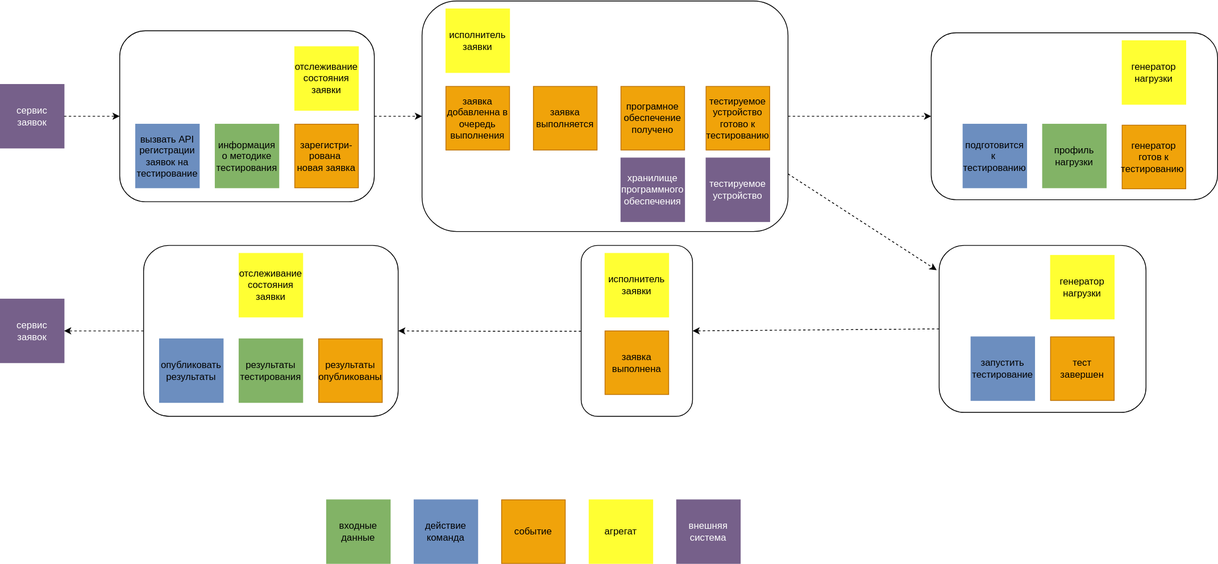
Before: graduate_project/diagrams/uc003_event_storm.svg, a diagram exported from draw.io (ralex29/otus_software_architect_2022_09). Source tidied: cells renumbered, new cells last; positions are measured from the earlier drawing's top-left corner, leaving out a move shared by most shapes.
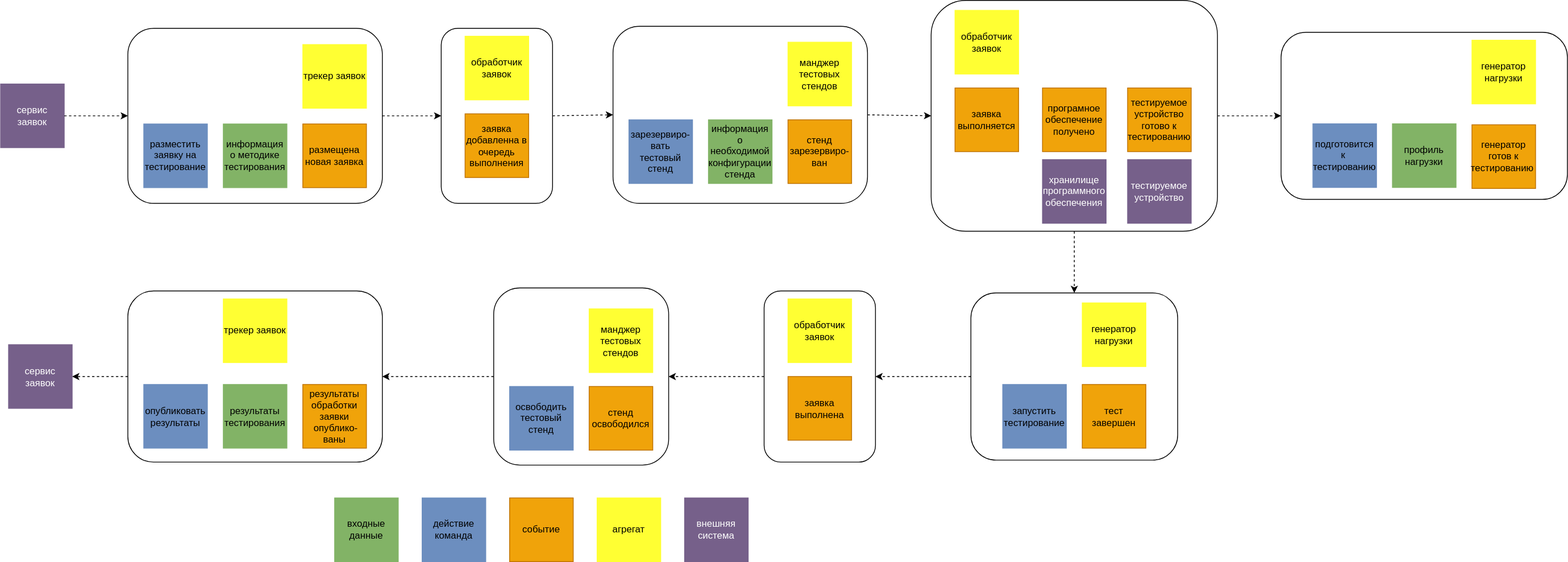
After the change.

Commit message:
finished event storm, added context integration

Diff of the diagram source:
```diff
@@ -18,109 +18,58 @@
       <mxGeometry x="850" y="628" width="80" height="80" as="geometry" />
     </mxCell>
     <mxCell id="7" value="сервис заявок" style="whiteSpace=wrap;html=1;fillColor=#76608a;strokeColor=#76608A;fontColor=#ffffff;" parent="1" vertex="1">
-      <mxGeometry y="105.5" width="80" height="80" as="geometry" />
+      <mxGeometry x="-10" y="108" width="80" height="80" as="geometry" />
     </mxCell>
-    <mxCell id="8" style="group;" parent="1" vertex="1">
-      <mxGeometry x="730" y="308" width="140" height="215" as="geometry" />
-    </mxCell>
-    <mxCell id="9" style="rounded=1;whiteSpace=wrap;html=1;" parent="8" vertex="1">
-      <mxGeometry width="140" height="215" as="geometry" />
-    </mxCell>
-    <mxCell id="10" value="исполнитель заявки" style="whiteSpace=wrap;html=1;fillColor=#FFFF33;strokeColor=#FFFF33;fontColor=#000000;" parent="8" vertex="1">
-      <mxGeometry x="30" y="10" width="80" height="80" as="geometry" />
-    </mxCell>
-    <mxCell id="11" value="заявка выполнена" style="whiteSpace=wrap;html=1;fillColor=#f0a30a;strokeColor=#BD7000;fontColor=#000000;" parent="8" vertex="1">
-      <mxGeometry x="30" y="107.5" width="80" height="80" as="geometry" />
-    </mxCell>
     <mxCell id="12" style="group;" parent="1" vertex="1">
-      <mxGeometry x="150" y="38" width="320" height="215" as="geometry" />
+      <mxGeometry x="150" y="38" width="320" height="220" as="geometry" />
     </mxCell>
     <mxCell id="13" style="rounded=1;whiteSpace=wrap;html=1;" parent="12" vertex="1">
-      <mxGeometry width="320" height="215" as="geometry" />
+      <mxGeometry width="320" height="220" as="geometry" />
     </mxCell>
-    <mxCell id="14" value="вызвать API регистрации заявок на тестирование" style="whiteSpace=wrap;html=1;fillColor=#6C8EBF;strokeColor=#6c8ebf;" parent="12" vertex="1">
-      <mxGeometry x="20" y="117.5" width="80" height="80" as="geometry" />
+    <mxCell id="14" value="разместить заявку на тестирование" style="whiteSpace=wrap;html=1;fillColor=#6C8EBF;strokeColor=#6c8ebf;" parent="12" vertex="1">
+      <mxGeometry x="20" y="120.2" width="80" height="80" as="geometry" />
     </mxCell>
     <mxCell id="15" value="информация&lt;br&gt;о методике тестирования" style="whiteSpace=wrap;html=1;fillColor=#82B366;strokeColor=#82b366;" parent="12" vertex="1">
-      <mxGeometry x="120" y="117.5" width="80" height="80" as="geometry" />
+      <mxGeometry x="120" y="120.2" width="80" height="80" as="geometry" />
     </mxCell>
-    <mxCell id="16" value="зарегистри-рована&amp;nbsp;&lt;br&gt;новая заявка" style="whiteSpace=wrap;html=1;fillColor=#f0a30a;strokeColor=#BD7000;fontColor=#000000;" parent="12" vertex="1">
-      <mxGeometry x="220" y="117.5" width="80" height="80" as="geometry" />
+    <mxCell id="16" value="размещена&lt;br&gt;новая заявка" style="whiteSpace=wrap;html=1;fillColor=#f0a30a;strokeColor=#BD7000;fontColor=#000000;" parent="12" vertex="1">
+      <mxGeometry x="220" y="120.2" width="80" height="80" as="geometry" />
     </mxCell>
-    <mxCell id="17" value="отслеживание состояния заявки" style="whiteSpace=wrap;html=1;fillColor=#FFFF33;strokeColor=#FFFF33;fontColor=#000000;" parent="12" vertex="1">
-      <mxGeometry x="220" y="20" width="80" height="80" as="geometry" />
+    <mxCell id="17" value="трекер заявок" style="whiteSpace=wrap;html=1;fillColor=#FFFF33;strokeColor=#FFFF33;fontColor=#000000;" parent="12" vertex="1">
+      <mxGeometry x="220" y="20.5" width="80" height="80" as="geometry" />
     </mxCell>
     <mxCell id="18" style="rounded=1;whiteSpace=wrap;html=1;" parent="1" vertex="1">
-      <mxGeometry x="1170" y="40.5" width="360" height="210" as="geometry" />
+      <mxGeometry x="1600" y="43" width="360" height="210" as="geometry" />
     </mxCell>
     <mxCell id="19" value="генератор нагрузки" style="whiteSpace=wrap;html=1;fillColor=#FFFF33;strokeColor=#FFFF33;fontColor=#000000;" parent="1" vertex="1">
-      <mxGeometry x="1410" y="50.5" width="80" height="80" as="geometry" />
+      <mxGeometry x="1840" y="53" width="80" height="80" as="geometry" />
     </mxCell>
     <mxCell id="20" value="подготовится к&amp;nbsp; тестированию" style="whiteSpace=wrap;html=1;fillColor=#6C8EBF;strokeColor=#6c8ebf;" parent="1" vertex="1">
-      <mxGeometry x="1210" y="155.5" width="80" height="80" as="geometry" />
+      <mxGeometry x="1640" y="158" width="80" height="80" as="geometry" />
     </mxCell>
     <mxCell id="21" value="профиль нагрузки" style="whiteSpace=wrap;html=1;fillColor=#82B366;strokeColor=#82b366;" parent="1" vertex="1">
-      <mxGeometry x="1310" y="155.5" width="80" height="80" as="geometry" />
+      <mxGeometry x="1740" y="158" width="80" height="80" as="geometry" />
     </mxCell>
     <mxCell id="22" value="генератор готов к тестированию&amp;nbsp;" style="whiteSpace=wrap;html=1;fillColor=#f0a30a;strokeColor=#BD7000;fontColor=#000000;" parent="1" vertex="1">
-      <mxGeometry x="1410" y="156.8" width="80" height="80" as="geometry" />
+      <mxGeometry x="1840" y="159.2" width="80" height="80" as="geometry" />
     </mxCell>
-    <mxCell id="23" style="rounded=1;whiteSpace=wrap;html=1;" parent="1" vertex="1">
-      <mxGeometry x="1180" y="308" width="260" height="210" as="geometry" />
-    </mxCell>
-    <mxCell id="24" value="генератор нагрузки" style="whiteSpace=wrap;html=1;fillColor=#FFFF33;strokeColor=#FFFF33;fontColor=#000000;" parent="1" vertex="1">
-      <mxGeometry x="1320" y="320.5" width="80" height="80" as="geometry" />
-    </mxCell>
-    <mxCell id="25" value="запустить тестирование" style="whiteSpace=wrap;html=1;fillColor=#6C8EBF;strokeColor=#6c8ebf;" parent="1" vertex="1">
-      <mxGeometry x="1220" y="423" width="80" height="80" as="geometry" />
-    </mxCell>
-    <mxCell id="26" value="тест завершен" style="whiteSpace=wrap;html=1;fillColor=#f0a30a;strokeColor=#BD7000;fontColor=#000000;" parent="1" vertex="1">
-      <mxGeometry x="1320" y="423" width="80" height="80" as="geometry" />
-    </mxCell>
     <mxCell id="27" style="endArrow=classic;html=1;rounded=0;exitX=1;exitY=0.5;exitDx=0;exitDy=0;entryX=0;entryY=0.5;entryDx=0;entryDy=0;dashed=1;" parent="1" edge="1" source="7" target="13">
       <mxGeometry relative="1" as="geometry" />
     </mxCell>
-    <mxCell id="28" style="endArrow=classic;html=1;rounded=0;exitX=1;exitY=0.5;exitDx=0;exitDy=0;entryX=0;entryY=0.5;entryDx=0;entryDy=0;dashed=1;" parent="1" edge="1" source="13" target="30">
+    <mxCell id="28" style="endArrow=classic;html=1;rounded=0;dashed=1;exitX=1;exitY=0.5;exitDx=0;exitDy=0;entryX=0;entryY=0.5;entryDx=0;entryDy=0;" parent="1" edge="1" source="13" target="55">
       <mxGeometry relative="1" as="geometry" />
     </mxCell>
-    <mxCell id="29" style="group;" parent="1" vertex="1">
-      <mxGeometry x="530" y="0.5" width="460" height="290" as="geometry" />
-    </mxCell>
-    <mxCell id="30" style="rounded=1;whiteSpace=wrap;html=1;" parent="29" vertex="1">
-      <mxGeometry width="460" height="290" as="geometry" />
-    </mxCell>
-    <mxCell id="31" value="исполнитель заявки" style="whiteSpace=wrap;html=1;fillColor=#FFFF33;strokeColor=#FFFF33;fontColor=#000000;" parent="29" vertex="1">
-      <mxGeometry x="30" y="10" width="80" height="80" as="geometry" />
-    </mxCell>
-    <mxCell id="32" value="заявка добавленна в очередь выполнения" style="whiteSpace=wrap;html=1;fillColor=#f0a30a;strokeColor=#BD7000;fontColor=#000000;" parent="29" vertex="1">
-      <mxGeometry x="30" y="107.5" width="80" height="80" as="geometry" />
-    </mxCell>
-    <mxCell id="33" value="заявка выполняется" style="whiteSpace=wrap;html=1;fillColor=#f0a30a;strokeColor=#BD7000;fontColor=#000000;" parent="29" vertex="1">
-      <mxGeometry x="140" y="107.5" width="80" height="80" as="geometry" />
-    </mxCell>
-    <mxCell id="34" value="тестируемое устройство готово к тестированию" style="whiteSpace=wrap;html=1;fillColor=#f0a30a;strokeColor=#BD7000;fontColor=#000000;" parent="29" vertex="1">
-      <mxGeometry x="357" y="107.5" width="80" height="80" as="geometry" />
-    </mxCell>
-    <mxCell id="35" value="програмное обеспечение получено" style="whiteSpace=wrap;html=1;fillColor=#f0a30a;strokeColor=#BD7000;fontColor=#000000;" parent="29" vertex="1">
-      <mxGeometry x="250" y="107.5" width="80" height="80" as="geometry" />
-    </mxCell>
-    <mxCell id="36" value="тестируемое устройство" style="whiteSpace=wrap;html=1;fillColor=#76608a;strokeColor=#76608A;fontColor=#ffffff;" parent="29" vertex="1">
-      <mxGeometry x="357" y="197.5" width="80" height="80" as="geometry" />
-    </mxCell>
-    <mxCell id="37" value="хранилище программного обеспечения" style="whiteSpace=wrap;html=1;fillColor=#76608a;strokeColor=#76608A;fontColor=#ffffff;" parent="29" vertex="1">
-      <mxGeometry x="250" y="197.5" width="80" height="80" as="geometry" />
-    </mxCell>
     <mxCell id="38" style="endArrow=classic;html=1;rounded=0;exitX=1;exitY=0.5;exitDx=0;exitDy=0;entryX=0;entryY=0.5;entryDx=0;entryDy=0;dashed=1;" parent="1" edge="1" source="30" target="18">
       <mxGeometry relative="1" as="geometry" />
     </mxCell>
-    <mxCell id="39" style="endArrow=classic;html=1;rounded=0;exitX=1;exitY=0.75;exitDx=0;exitDy=0;entryX=-0.012;entryY=0.148;entryDx=0;entryDy=0;dashed=1;entryPerimeter=0;" parent="1" edge="1" source="30" target="23">
+    <mxCell id="39" style="endArrow=classic;html=1;rounded=0;exitX=0.5;exitY=1;exitDx=0;exitDy=0;entryX=0.5;entryY=0;entryDx=0;entryDy=0;dashed=1;" parent="1" edge="1" source="30" target="23">
       <mxGeometry relative="1" as="geometry" />
     </mxCell>
     <mxCell id="40" style="endArrow=classic;html=1;rounded=0;exitX=0;exitY=0.5;exitDx=0;exitDy=0;entryX=1;entryY=0.5;entryDx=0;entryDy=0;dashed=1;" parent="1" edge="1" source="23" target="9">
       <mxGeometry relative="1" as="geometry" />
     </mxCell>
     <mxCell id="41" style="group;" parent="1" vertex="1">
-      <mxGeometry x="180" y="308" width="320" height="215" as="geometry" />
+      <mxGeometry x="150" y="368" width="320" height="215" as="geometry" />
     </mxCell>
     <mxCell id="42" style="rounded=1;whiteSpace=wrap;html=1;" parent="41" vertex="1">
       <mxGeometry width="320" height="215" as="geometry" />
@@ -131,22 +80,113 @@
     <mxCell id="44" value="результаты тестирования" style="whiteSpace=wrap;html=1;fillColor=#82B366;strokeColor=#82b366;" parent="41" vertex="1">
       <mxGeometry x="120" y="117.5" width="80" height="80" as="geometry" />
     </mxCell>
-    <mxCell id="45" value="результаты опубликованы" style="whiteSpace=wrap;html=1;fillColor=#f0a30a;strokeColor=#BD7000;fontColor=#000000;" parent="41" vertex="1">
+    <mxCell id="45" value="результаты обработки заявки&lt;br&gt;&amp;nbsp;опублико-ваны" style="whiteSpace=wrap;html=1;fillColor=#f0a30a;strokeColor=#BD7000;fontColor=#000000;" parent="41" vertex="1">
       <mxGeometry x="220" y="117.5" width="80" height="80" as="geometry" />
     </mxCell>
-    <mxCell id="46" value="отслеживание состояния заявки" style="whiteSpace=wrap;html=1;fillColor=#FFFF33;strokeColor=#FFFF33;fontColor=#000000;" parent="41" vertex="1">
+    <mxCell id="46" value="трекер заявок" style="whiteSpace=wrap;html=1;fillColor=#FFFF33;strokeColor=#FFFF33;fontColor=#000000;" parent="41" vertex="1">
       <mxGeometry x="120" y="10" width="80" height="80" as="geometry" />
     </mxCell>
     <mxCell id="47" value="сервис заявок" style="whiteSpace=wrap;html=1;fillColor=#76608a;strokeColor=#76608A;fontColor=#ffffff;" parent="1" vertex="1">
-      <mxGeometry y="375.5" width="80" height="80" as="geometry" />
+      <mxGeometry y="435.5" width="80" height="80" as="geometry" />
     </mxCell>
     <mxCell id="48" style="endArrow=classic;html=1;rounded=0;exitX=0;exitY=0.5;exitDx=0;exitDy=0;entryX=1;entryY=0.5;entryDx=0;entryDy=0;dashed=1;" parent="1" edge="1" source="42" target="47">
       <mxGeometry relative="1" as="geometry" />
     </mxCell>
-    <mxCell id="49" style="edgeStyle=orthogonalEdgeStyle;rounded=0;jettySize=auto;html=1;entryX=1;entryY=0.5;entryDx=0;entryDy=0;dashed=1;" parent="1" edge="1" target="42">
-      <mxGeometry relative="1" as="geometry">
-        <mxPoint x="730" y="416" as="sourcePoint" />
-      </mxGeometry>
+    <mxCell id="49" style="edgeStyle=orthogonalEdgeStyle;rounded=0;jettySize=auto;html=1;entryX=1;entryY=0.5;entryDx=0;entryDy=0;dashed=1;exitX=0;exitY=0.5;exitDx=0;exitDy=0;" parent="1" edge="1" source="62" target="42">
+      <mxGeometry relative="1" as="geometry" />
     </mxCell>
+    <mxCell id="50" style="rounded=1;whiteSpace=wrap;html=1;" parent="1" vertex="1">
+      <mxGeometry x="760" y="35.5" width="320" height="222.5" as="geometry" />
+    </mxCell>
+    <mxCell id="51" value="зарезервиро-вать&lt;br&gt;тестовый стенд" style="whiteSpace=wrap;html=1;fillColor=#6C8EBF;strokeColor=#6c8ebf;" parent="1" vertex="1">
+      <mxGeometry x="780" y="153" width="80" height="80" as="geometry" />
+    </mxCell>
+    <mxCell id="52" value="информация о необходимой конфигурации стенда" style="whiteSpace=wrap;html=1;fillColor=#82B366;strokeColor=#82b366;" parent="1" vertex="1">
+      <mxGeometry x="880" y="153" width="80" height="80" as="geometry" />
+    </mxCell>
+    <mxCell id="53" value="стенд зарезервиро-ван" style="whiteSpace=wrap;html=1;fillColor=#f0a30a;strokeColor=#BD7000;fontColor=#000000;" parent="1" vertex="1">
+      <mxGeometry x="980" y="153" width="80" height="80" as="geometry" />
+    </mxCell>
+    <mxCell id="54" value="манджер тестовых стендов" style="whiteSpace=wrap;html=1;fillColor=#FFFF33;strokeColor=#FFFF33;fontColor=#000000;" parent="1" vertex="1">
+      <mxGeometry x="980" y="55.5" width="80" height="80" as="geometry" />
+    </mxCell>
+    <mxCell id="55" style="rounded=1;whiteSpace=wrap;html=1;" parent="1" vertex="1">
+      <mxGeometry x="544" y="38" width="140" height="220" as="geometry" />
+    </mxCell>
+    <mxCell id="56" value="обработчик заявок" style="whiteSpace=wrap;html=1;fillColor=#FFFF33;strokeColor=#FFFF33;fontColor=#000000;" parent="1" vertex="1">
+      <mxGeometry x="574" y="48" width="80" height="80" as="geometry" />
+    </mxCell>
+    <mxCell id="32" value="заявка добавленна в очередь выполнения" style="whiteSpace=wrap;html=1;fillColor=#f0a30a;strokeColor=#BD7000;fontColor=#000000;" parent="1" vertex="1">
+      <mxGeometry x="574" y="145.5" width="80" height="80" as="geometry" />
+    </mxCell>
+    <mxCell id="57" style="endArrow=classic;html=1;rounded=0;dashed=1;exitX=1;exitY=0.5;exitDx=0;exitDy=0;entryX=0;entryY=0.5;entryDx=0;entryDy=0;" parent="1" edge="1" source="55" target="50">
+      <mxGeometry relative="1" as="geometry" />
+    </mxCell>
+    <mxCell id="30" style="rounded=1;whiteSpace=wrap;html=1;" parent="1" vertex="1">
+      <mxGeometry x="1160" y="3" width="360" height="290" as="geometry" />
+    </mxCell>
+    <mxCell id="31" value="обработчик заявок" style="whiteSpace=wrap;html=1;fillColor=#FFFF33;strokeColor=#FFFF33;fontColor=#000000;" parent="1" vertex="1">
+      <mxGeometry x="1190" y="15.5" width="80" height="80" as="geometry" />
+    </mxCell>
+    <mxCell id="33" value="заявка выполняется" style="whiteSpace=wrap;html=1;fillColor=#f0a30a;strokeColor=#BD7000;fontColor=#000000;" parent="1" vertex="1">
+      <mxGeometry x="1190" y="113" width="80" height="80" as="geometry" />
+    </mxCell>
+    <mxCell id="34" value="тестируемое устройство готово к тестированию" style="whiteSpace=wrap;html=1;fillColor=#f0a30a;strokeColor=#BD7000;fontColor=#000000;" parent="1" vertex="1">
+      <mxGeometry x="1407" y="113" width="80" height="80" as="geometry" />
+    </mxCell>
+    <mxCell id="35" value="програмное обеспечение получено" style="whiteSpace=wrap;html=1;fillColor=#f0a30a;strokeColor=#BD7000;fontColor=#000000;" parent="1" vertex="1">
+      <mxGeometry x="1300" y="113" width="80" height="80" as="geometry" />
+    </mxCell>
+    <mxCell id="36" value="тестируемое устройство" style="whiteSpace=wrap;html=1;fillColor=#76608a;strokeColor=#76608A;fontColor=#ffffff;" parent="1" vertex="1">
+      <mxGeometry x="1407" y="203" width="80" height="80" as="geometry" />
+    </mxCell>
+    <mxCell id="37" value="хранилище программного обеспечения" style="whiteSpace=wrap;html=1;fillColor=#76608a;strokeColor=#76608A;fontColor=#ffffff;" parent="1" vertex="1">
+      <mxGeometry x="1300" y="203" width="80" height="80" as="geometry" />
+    </mxCell>
+    <mxCell id="58" style="endArrow=classic;html=1;rounded=0;dashed=1;exitX=1;exitY=0.5;exitDx=0;exitDy=0;entryX=0;entryY=0.5;entryDx=0;entryDy=0;" parent="1" edge="1" source="50" target="30">
+      <mxGeometry relative="1" as="geometry" />
+    </mxCell>
+    <mxCell id="59" style="group;" parent="1" vertex="1">
+      <mxGeometry x="1210" y="370.5" width="260" height="210" as="geometry" />
+    </mxCell>
+    <mxCell id="23" style="rounded=1;whiteSpace=wrap;html=1;" parent="59" vertex="1">
+      <mxGeometry width="260" height="210" as="geometry" />
+    </mxCell>
+    <mxCell id="24" value="генератор нагрузки" style="whiteSpace=wrap;html=1;fillColor=#FFFF33;strokeColor=#FFFF33;fontColor=#000000;" parent="59" vertex="1">
+      <mxGeometry x="140" y="12.5" width="80" height="80" as="geometry" />
+    </mxCell>
+    <mxCell id="25" value="запустить тестирование" style="whiteSpace=wrap;html=1;fillColor=#6C8EBF;strokeColor=#6c8ebf;" parent="59" vertex="1">
+      <mxGeometry x="40" y="115" width="80" height="80" as="geometry" />
+    </mxCell>
+    <mxCell id="26" value="тест завершен" style="whiteSpace=wrap;html=1;fillColor=#f0a30a;strokeColor=#BD7000;fontColor=#000000;" parent="59" vertex="1">
+      <mxGeometry x="140" y="115" width="80" height="80" as="geometry" />
+    </mxCell>
+    <mxCell id="60" style="edgeStyle=orthogonalEdgeStyle;rounded=0;jettySize=auto;html=1;entryX=1;entryY=0.5;entryDx=0;entryDy=0;dashed=1;exitX=0;exitY=0.5;exitDx=0;exitDy=0;" parent="1" edge="1" source="9" target="62">
+      <mxGeometry relative="1" as="geometry" />
+    </mxCell>
+    <mxCell id="9" style="rounded=1;whiteSpace=wrap;html=1;" parent="1" vertex="1">
+      <mxGeometry x="950" y="368" width="140" height="215" as="geometry" />
+    </mxCell>
+    <mxCell id="10" value="обработчик заявок" style="whiteSpace=wrap;html=1;fillColor=#FFFF33;strokeColor=#FFFF33;fontColor=#000000;" parent="1" vertex="1">
+      <mxGeometry x="980" y="378" width="80" height="80" as="geometry" />
+    </mxCell>
+    <mxCell id="11" value="заявка выполнена" style="whiteSpace=wrap;html=1;fillColor=#f0a30a;strokeColor=#BD7000;fontColor=#000000;" parent="1" vertex="1">
+      <mxGeometry x="980" y="475.5" width="80" height="80" as="geometry" />
+    </mxCell>
+    <mxCell id="61" style="group;" parent="1" vertex="1">
+      <mxGeometry x="610" y="364.2" width="220" height="222.5" as="geometry" />
+    </mxCell>
+    <mxCell id="62" style="rounded=1;whiteSpace=wrap;html=1;" parent="61" vertex="1">
+      <mxGeometry width="220" height="222.5" as="geometry" />
+    </mxCell>
+    <mxCell id="63" value="освободить тестовый стенд" style="whiteSpace=wrap;html=1;fillColor=#6C8EBF;strokeColor=#6c8ebf;" parent="61" vertex="1">
+      <mxGeometry x="20" y="123.8" width="80" height="80" as="geometry" />
+    </mxCell>
+    <mxCell id="64" value="стенд освободился" style="whiteSpace=wrap;html=1;fillColor=#f0a30a;strokeColor=#BD7000;fontColor=#000000;" parent="61" vertex="1">
+      <mxGeometry x="120" y="123.8" width="80" height="80" as="geometry" />
+    </mxCell>
+    <mxCell id="65" value="манджер тестовых стендов" style="whiteSpace=wrap;html=1;fillColor=#FFFF33;strokeColor=#FFFF33;fontColor=#000000;" parent="61" vertex="1">
+      <mxGeometry x="120" y="26.2" width="80" height="80" as="geometry" />
+    </mxCell>
   </root>
 </mxGraphModel>
```
